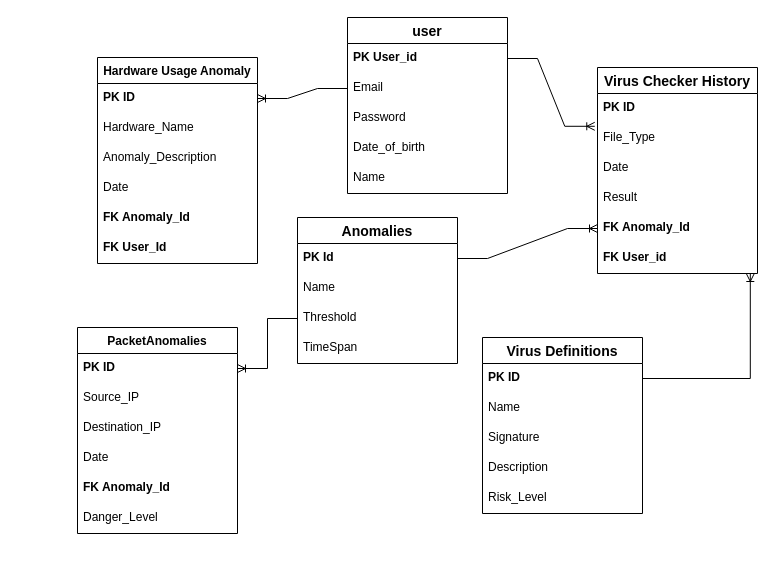
This is הפרוייקט/Recent ERD Diagram.drawio from EyasSh/WiresharkClone, a draw.io file, before an edit. Source tidied: cells renumbered, new cells numbered last; positions are measured from the earlier drawing's top-left corner, leaving out a move shared by most shapes. Both pictures are drawn from the tidied source at 100%, with x=0, y=0 at pixel (77, 17).
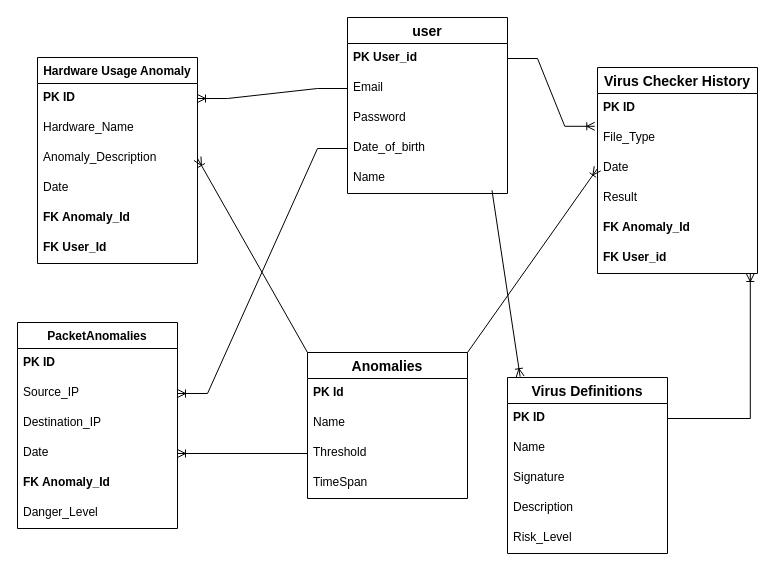
The same page after the edit.

Unchanged cells that the change refers to:
```xml
<mxCell id="5" value="Date" style="text;strokeColor=none;fillColor=none;spacingLeft=4;spacingRight=4;overflow=hidden;points=[[0,0.5],[1,0.5]];portConstraint=eastwest;fontSize=12;whiteSpace=wrap;html=1;" parent="2" vertex="1">
  <mxGeometry y="86" width="160" height="30" as="geometry" />
</mxCell>
<mxCell id="7" value="&lt;b&gt;FK Anomaly_Id&lt;/b&gt;" style="text;strokeColor=none;fillColor=none;spacingLeft=4;spacingRight=4;overflow=hidden;points=[[0,0.5],[1,0.5]];portConstraint=eastwest;fontSize=12;whiteSpace=wrap;html=1;" parent="2" vertex="1">
  <mxGeometry y="146" width="160" height="30" as="geometry" />
</mxCell>
<mxCell id="13" value="Date_of_birth" style="text;strokeColor=none;fillColor=none;spacingLeft=4;spacingRight=4;overflow=hidden;points=[[0,0.5],[1,0.5]];portConstraint=eastwest;fontSize=12;whiteSpace=wrap;html=1;" parent="9" vertex="1">
  <mxGeometry y="116" width="160" height="30" as="geometry" />
</mxCell>
<mxCell id="14" value="Name" style="text;strokeColor=none;fillColor=none;spacingLeft=4;spacingRight=4;overflow=hidden;points=[[0,0.5],[1,0.5]];portConstraint=eastwest;fontSize=12;whiteSpace=wrap;html=1;" parent="9" vertex="1">
  <mxGeometry y="146" width="160" height="30" as="geometry" />
</mxCell>
<mxCell id="18" value="Anomaly_Description" style="text;strokeColor=none;fillColor=none;spacingLeft=4;spacingRight=4;overflow=hidden;points=[[0,0.5],[1,0.5]];portConstraint=eastwest;fontSize=12;whiteSpace=wrap;html=1;" parent="15" vertex="1">
  <mxGeometry y="86" width="160" height="30" as="geometry" />
</mxCell>
<mxCell id="23" value="&lt;b&gt;PK ID&lt;/b&gt;" style="text;strokeColor=none;fillColor=none;spacingLeft=4;spacingRight=4;overflow=hidden;points=[[0,0.5],[1,0.5]];portConstraint=eastwest;fontSize=12;whiteSpace=wrap;html=1;" parent="22" vertex="1">
  <mxGeometry y="26" width="160" height="30" as="geometry" />
</mxCell>
<mxCell id="24" value="Source_IP" style="text;strokeColor=none;fillColor=none;spacingLeft=4;spacingRight=4;overflow=hidden;points=[[0,0.5],[1,0.5]];portConstraint=eastwest;fontSize=12;whiteSpace=wrap;html=1;" parent="22" vertex="1">
  <mxGeometry y="56" width="160" height="30" as="geometry" />
</mxCell>
<mxCell id="26" value="Date" style="text;strokeColor=none;fillColor=none;spacingLeft=4;spacingRight=4;overflow=hidden;points=[[0,0.5],[1,0.5]];portConstraint=eastwest;fontSize=12;whiteSpace=wrap;html=1;" parent="22" vertex="1">
  <mxGeometry y="116" width="160" height="30" as="geometry" />
</mxCell>
<mxCell id="30" value="&lt;b&gt;PK Id&lt;/b&gt;" style="text;strokeColor=none;fillColor=none;spacingLeft=4;spacingRight=4;overflow=hidden;points=[[0,0.5],[1,0.5]];portConstraint=eastwest;fontSize=12;whiteSpace=wrap;html=1;" parent="29" vertex="1">
  <mxGeometry y="26" width="160" height="30" as="geometry" />
</mxCell>
<mxCell id="32" value="Threshold" style="text;strokeColor=none;fillColor=none;spacingLeft=4;spacingRight=4;overflow=hidden;points=[[0,0.5],[1,0.5]];portConstraint=eastwest;fontSize=12;whiteSpace=wrap;html=1;" parent="29" vertex="1">
  <mxGeometry y="86" width="160" height="30" as="geometry" />
</mxCell>
```

What changed in the source:
```diff
@@
     <mxCell id="15" value="Hardware Usage Anomaly" style="swimlane;fontStyle=1;horizontal=1;startSize=26;align=center;fontSize=12;" parent="1" vertex="1">
-      <mxGeometry x="20" y="40" width="160" height="206" as="geometry" />
+      <mxGeometry x="-40" y="40" width="160" height="206" as="geometry" />
     </mxCell>
@@
     <mxCell id="22" value="PacketAnomalies" style="swimlane;fontStyle=1;horizontal=1;startSize=26;align=center;fontSize=12;" parent="1" vertex="1">
-      <mxGeometry y="310" width="160" height="206" as="geometry" />
+      <mxGeometry x="-60" y="305" width="160" height="206" as="geometry" />
     </mxCell>
@@
     <mxCell id="29" value="Anomalies" style="swimlane;fontStyle=1;horizontal=1;startSize=26;align=center;fontSize=14;" parent="1" vertex="1">
-      <mxGeometry x="220" y="200" width="160" height="146" as="geometry" />
+      <mxGeometry x="230" y="335" width="160" height="146" as="geometry" />
     </mxCell>
@@
     <mxCell id="34" value="Virus Definitions" style="swimlane;fontStyle=1;horizontal=1;startSize=26;align=center;fontSize=14;" parent="1" vertex="1">
-      <mxGeometry x="405" y="320" width="160" height="176" as="geometry" />
+      <mxGeometry x="430" y="360" width="160" height="176" as="geometry" />
     </mxCell>
@@
-    <mxCell id="42" style="edgeStyle=entityRelationEdgeStyle;fontSize=12;html=1;endArrow=ERoneToMany;rounded=0;exitX=1;exitY=0.5;exitDx=0;exitDy=0;entryX=0;entryY=0.5;entryDx=0;entryDy=0;" parent="1" edge="1" source="30" target="7">
-      <mxGeometry relative="1" as="geometry" />
-    </mxCell>
-    <mxCell id="43" style="edgeStyle=entityRelationEdgeStyle;fontSize=12;html=1;endArrow=ERoneToMany;rounded=0;exitX=0;exitY=0.5;exitDx=0;exitDy=0;entryX=1;entryY=0.5;entryDx=0;entryDy=0;" parent="1" edge="1" source="32" target="23">
+    <mxCell id="43" style="fontSize=12;html=1;endArrow=ERoneToMany;rounded=0;exitX=0;exitY=0.5;exitDx=0;exitDy=0;entryX=1;entryY=0.5;entryDx=0;entryDy=0;" parent="1" edge="1" source="32" target="26">
       <mxGeometry relative="1" as="geometry" />
     </mxCell>
@@
+    <mxCell id="45" style="edgeStyle=entityRelationEdgeStyle;fontSize=12;html=1;endArrow=ERoneToMany;rounded=0;exitX=0;exitY=0.5;exitDx=0;exitDy=0;entryX=1;entryY=0.5;entryDx=0;entryDy=0;" parent="1" edge="1" source="13" target="24">
+      <mxGeometry relative="1" as="geometry" />
+    </mxCell>
+    <mxCell id="46" style="fontSize=12;html=1;endArrow=ERoneToMany;rounded=0;entryX=0.079;entryY=-0.005;entryDx=0;entryDy=0;exitX=0.903;exitY=0.893;exitDx=0;exitDy=0;exitPerimeter=0;entryPerimeter=0;" parent="1" edge="1" source="14" target="34">
+      <mxGeometry relative="1" as="geometry" />
+    </mxCell>
+    <mxCell id="47" style="fontSize=12;html=1;endArrow=ERoneToMany;rounded=0;exitX=0;exitY=0;exitDx=0;exitDy=0;entryX=1;entryY=0.5;entryDx=0;entryDy=0;" parent="1" edge="1" source="29" target="18">
+      <mxGeometry relative="1" as="geometry" />
+    </mxCell>
+    <mxCell id="48" style="fontSize=12;html=1;endArrow=ERoneToMany;rounded=0;entryX=0;entryY=0.5;entryDx=0;entryDy=0;exitX=1;exitY=0;exitDx=0;exitDy=0;" parent="1" edge="1" source="29" target="5">
+      <mxGeometry relative="1" as="geometry" />
+    </mxCell>
```
